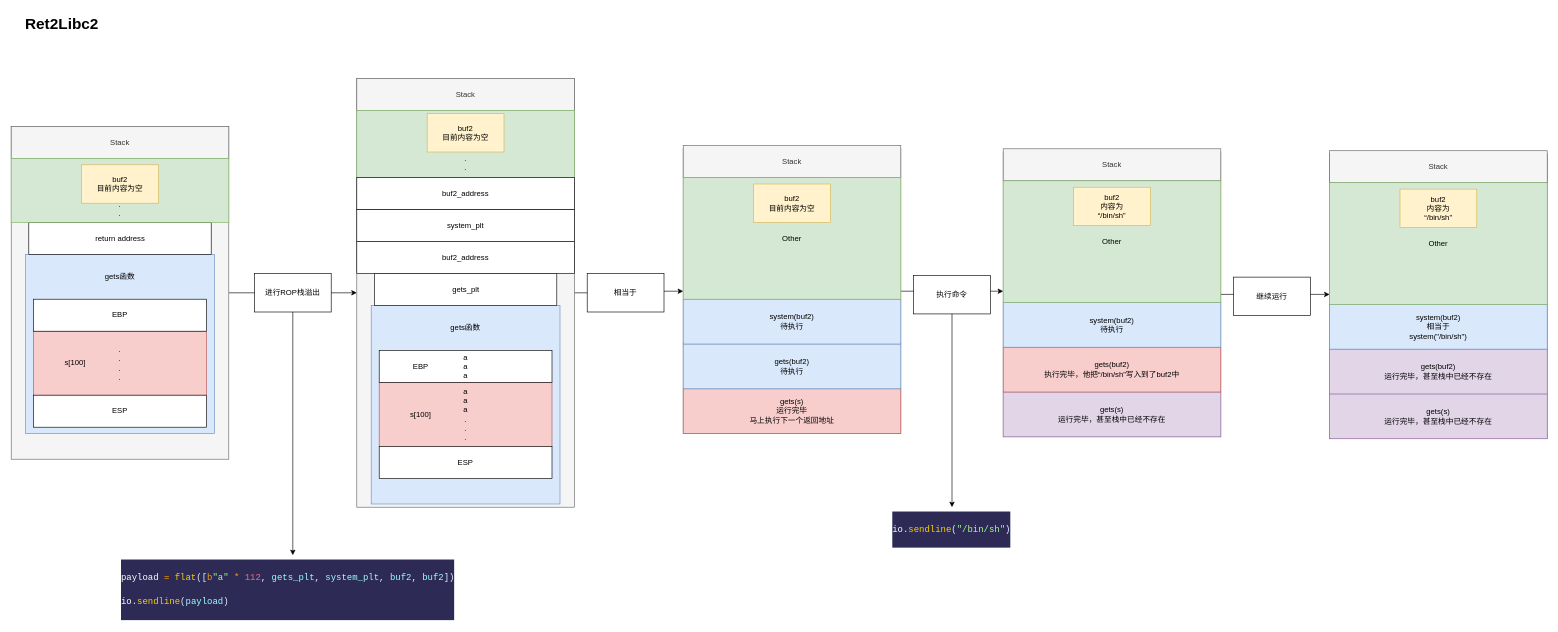
This is ret2libc2.drawio from BoyChai/drawio_file, a draw.io file, before an edit. Source tidied: cells renumbered, new cells numbered last; positions are measured from the earlier drawing's top-left corner, leaving out a move shared by most shapes. Both pictures are drawn from the tidied source at 64%, with x=0, y=0 at pixel (11, 11).
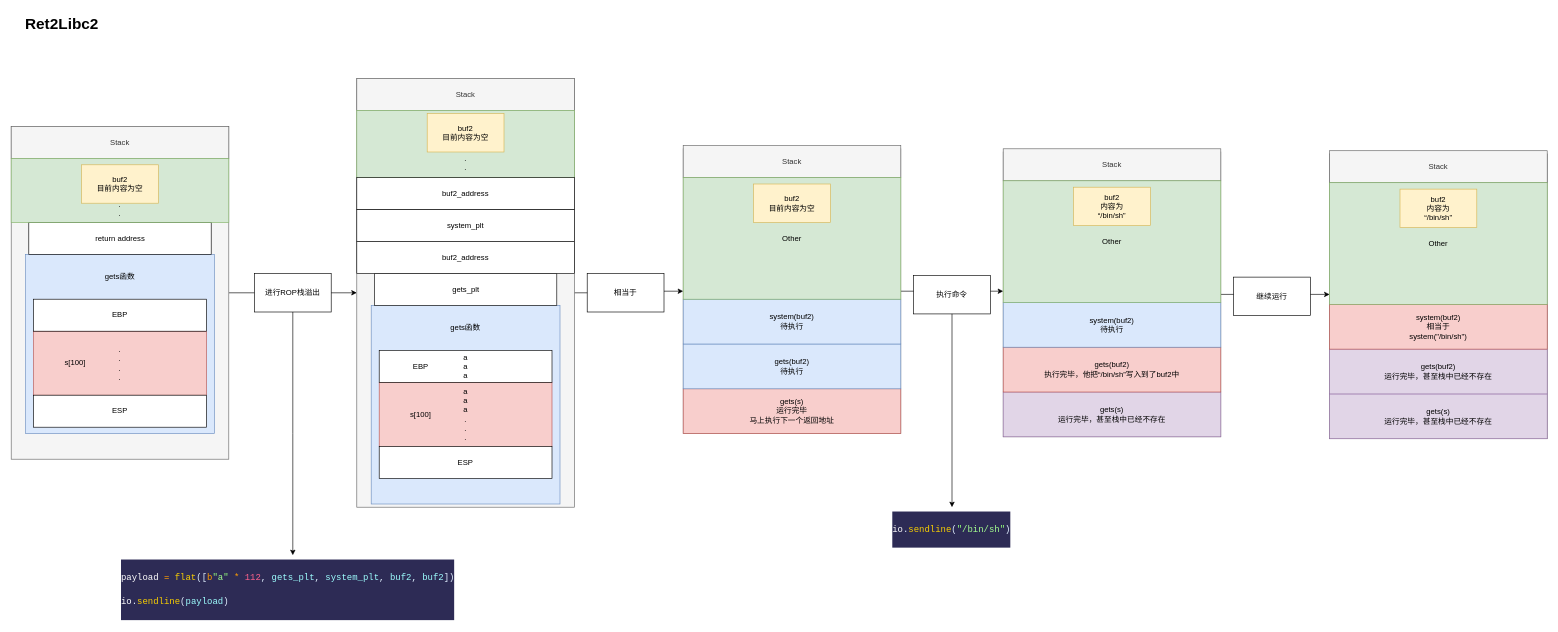
The same page after the edit.

Change to the diagram source:
```diff
@@
-    <mxCell id="58" value="system(buf2)&lt;div&gt;相当于&lt;br&gt;&lt;div&gt;system(&quot;/bin/sh&quot;)&lt;/div&gt;&lt;/div&gt;" style="rounded=0;whiteSpace=wrap;html=1;fillColor=#dae8fc;strokeColor=#6c8ebf;" parent="1" vertex="1">
+    <mxCell id="58" value="system(buf2)&lt;div&gt;相当于&lt;br&gt;&lt;div&gt;system(&quot;/bin/sh&quot;)&lt;/div&gt;&lt;/div&gt;" style="rounded=0;whiteSpace=wrap;html=1;fillColor=#f8cecc;strokeColor=#b85450;" parent="1" vertex="1">
       <mxGeometry x="2060" y="458" width="340" height="70" as="geometry" />
     </mxCell>
```
